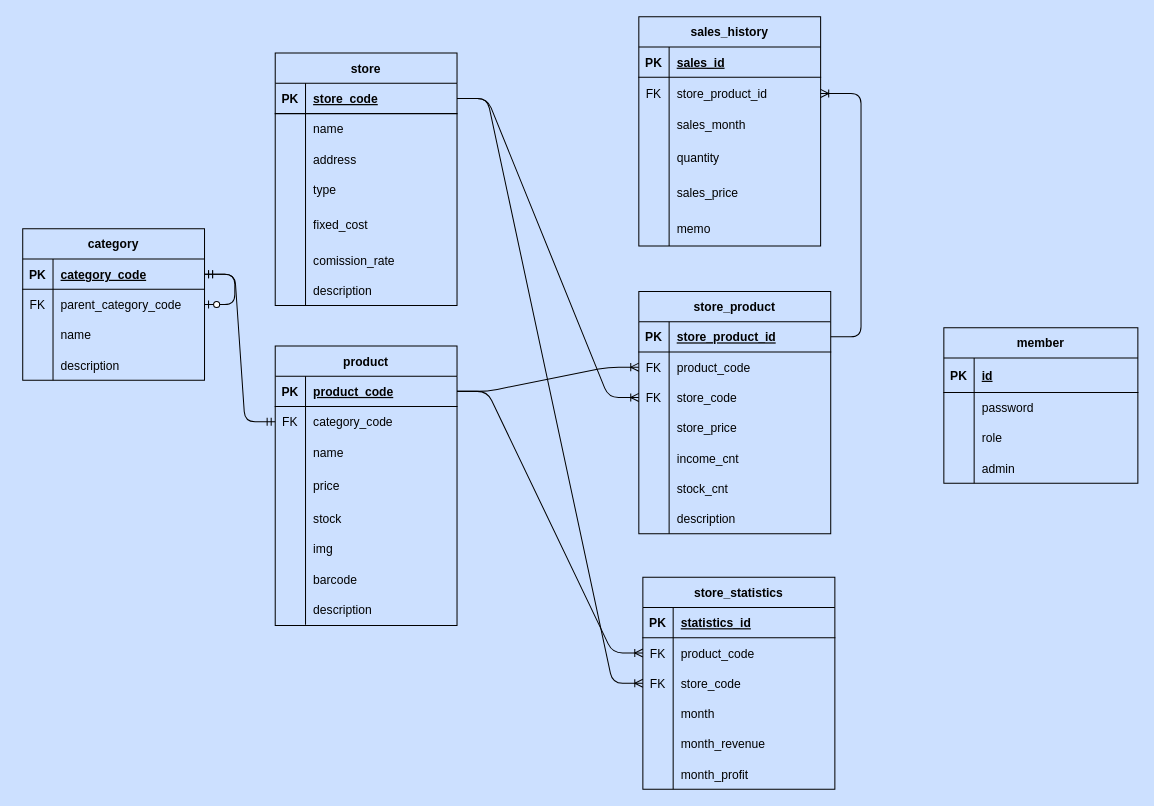
Above: database/ERD.drawio in JoshRyu/logistics (draw.io), before the change. Source tidied: cells renumbered, new cells numbered last; positions are measured from the earlier drawing's top-left corner, leaving out a move shared by most shapes. Both pictures are drawn from the tidied source at 101%, with x=0, y=0 at pixel (22, 16).
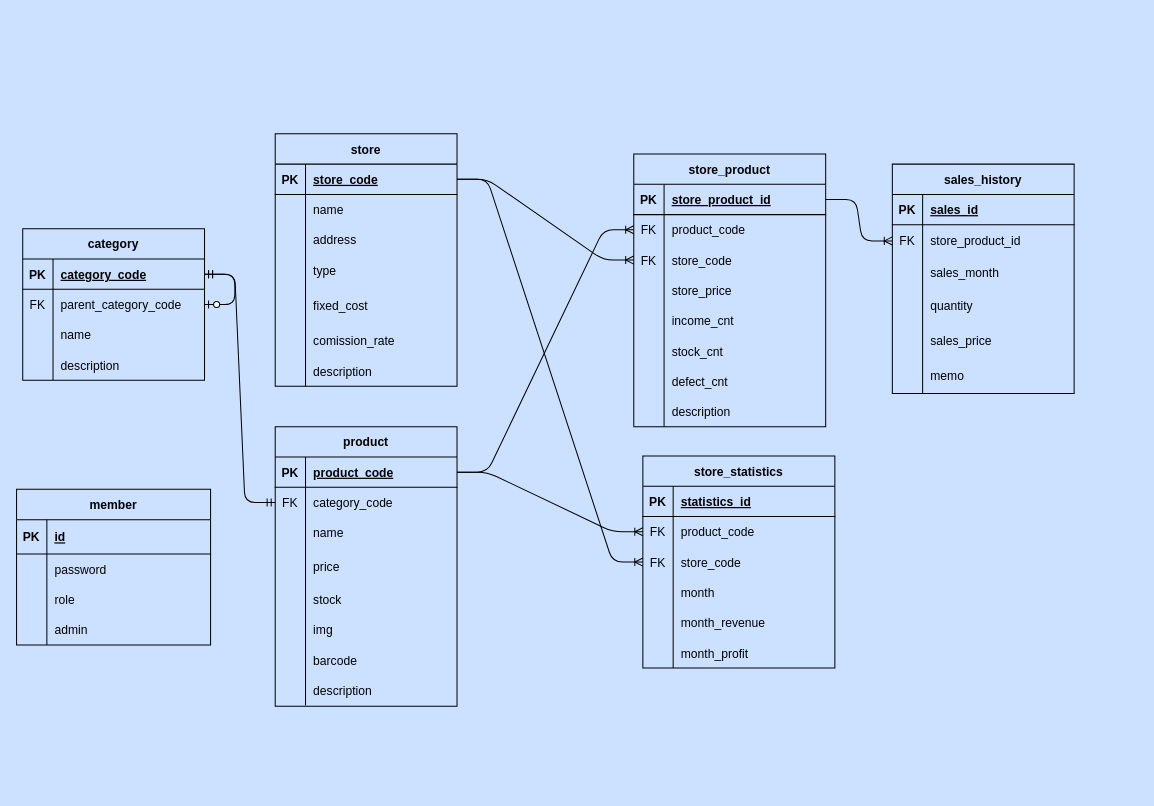
Above is the later version.

Commit message (it also covers changes not shown here):
[docs] Add defect_cnt column to store_product entity

The edit, as a diff of the source:
```diff
@@
     <mxCell id="2" value="product" style="shape=table;startSize=30;childLayout=tableLayout;rowLines=0;fontStyle=1;align=center;fillColor=none;labelBackgroundColor=none;fontColor=#000000;strokeColor=#000000;" parent="1" vertex="1">
-      <mxGeometry x="250" y="326" width="180" height="276.7" as="geometry" />
+      <mxGeometry x="250" y="406" width="180" height="276.7" as="geometry" />
     </mxCell>
@@
     <mxCell id="41" value="store" style="shape=table;startSize=30;childLayout=tableLayout;rowLines=0;fontStyle=1;align=center;fillColor=none;labelBackgroundColor=none;fontColor=#000000;strokeColor=#000000;" parent="1" vertex="1">
-      <mxGeometry x="250" y="36" width="180" height="250" as="geometry" />
+      <mxGeometry x="250" y="116" width="180" height="250" as="geometry" />
     </mxCell>
@@
     <mxCell id="63" value="store_product" style="shape=table;startSize=30;childLayout=tableLayout;rowLines=0;fontStyle=1;align=center;fillColor=none;labelBackgroundColor=none;fontColor=#000000;strokeColor=#000000;" parent="1" vertex="1">
-      <mxGeometry x="610" y="272" width="190" height="240" as="geometry" />
+      <mxGeometry x="605" y="136" width="190" height="270" as="geometry" />
     </mxCell>
@@
+    <mxCell id="142" style="shape=tableRow;horizontal=0;startSize=0;swimlaneHead=0;swimlaneBody=0;top=0;left=0;right=0;bottom=0;fillColor=none;labelBackgroundColor=none;fontColor=#000000;strokeColor=#000000;" parent="63" vertex="1">
+      <mxGeometry y="210" width="190" height="30" as="geometry" />
+    </mxCell>
+    <mxCell id="143" style="shape=partialRectangle;top=0;left=0;bottom=0;right=0;overflow=hidden;fillColor=none;labelBackgroundColor=none;fontColor=#000000;strokeColor=#000000;" parent="142" vertex="1">
+      <mxGeometry width="30" height="30" as="geometry" />
+    </mxCell>
+    <mxCell id="144" value="defect_cnt" style="shape=partialRectangle;top=0;left=0;bottom=0;right=0;align=left;spacingLeft=6;overflow=hidden;fillColor=none;labelBackgroundColor=none;fontColor=#000000;strokeColor=#000000;" parent="142" vertex="1">
+      <mxGeometry x="30" width="160" height="30" as="geometry" />
+    </mxCell>
     <mxCell id="82" style="shape=tableRow;horizontal=0;startSize=0;swimlaneHead=0;swimlaneBody=0;top=0;left=0;right=0;bottom=0;fillColor=none;labelBackgroundColor=none;fontColor=#000000;strokeColor=#000000;" parent="63" vertex="1">
-      <mxGeometry y="210" width="190" height="30" as="geometry" />
+      <mxGeometry y="240" width="190" height="30" as="geometry" />
     </mxCell>
@@
     <mxCell id="85" value="store_statistics" style="shape=table;startSize=30;childLayout=tableLayout;rowLines=0;fontStyle=1;align=center;fillColor=none;labelBackgroundColor=none;fontColor=#000000;strokeColor=#000000;" parent="1" vertex="1">
-      <mxGeometry x="614" y="555" width="190.1" height="210" as="geometry" />
+      <mxGeometry x="614" y="435" width="190.1" height="210" as="geometry" />
     </mxCell>
@@
     <mxCell id="109" value="member" style="shape=table;startSize=30;childLayout=tableLayout;rowLines=0;fontStyle=1;align=center;fillColor=none;labelBackgroundColor=none;fontColor=#000000;strokeColor=#000000;" parent="1" vertex="1">
-      <mxGeometry x="912" y="308" width="192.1" height="154" as="geometry" />
+      <mxGeometry x="-6.1" y="468" width="192.1" height="154" as="geometry" />
     </mxCell>
@@
     <mxCell id="122" value="sales_history" style="shape=table;startSize=30;childLayout=tableLayout;rowLines=0;fontStyle=1;align=center;fillColor=none;labelBackgroundColor=none;fontColor=#000000;strokeColor=#000000;" parent="1" vertex="1">
-      <mxGeometry x="610" width="180" height="227" as="geometry" />
+      <mxGeometry x="861" y="146" width="180" height="227" as="geometry" />
     </mxCell>
```
